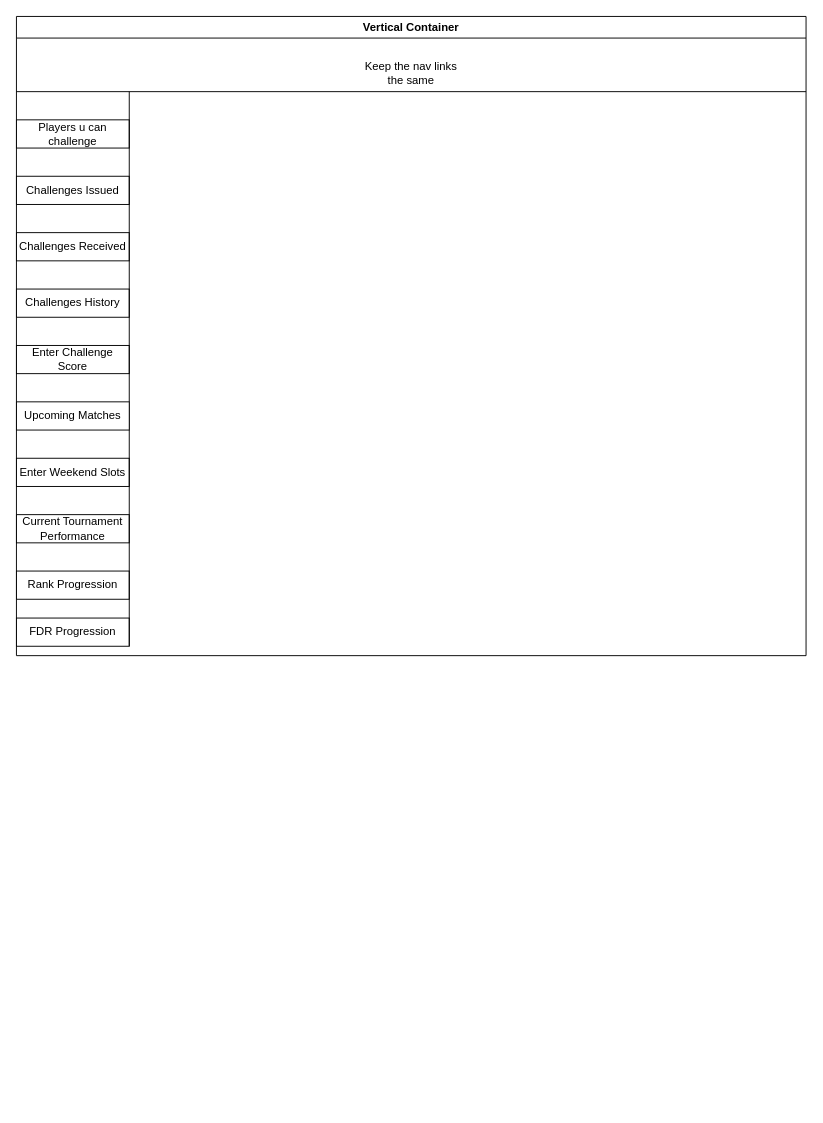
This is page "player dashboard" (7 of 7) of Untitled Diagram.drawio from snair0410/cv, a draw.io file, before an edit. Source tidied: cells renumbered, new cells numbered last; positions are measured from the earlier drawing's top-left corner, leaving out a move shared by most shapes. Both pictures are drawn from the tidied source at 94%, with x=0, y=0 at pixel (16, 16).
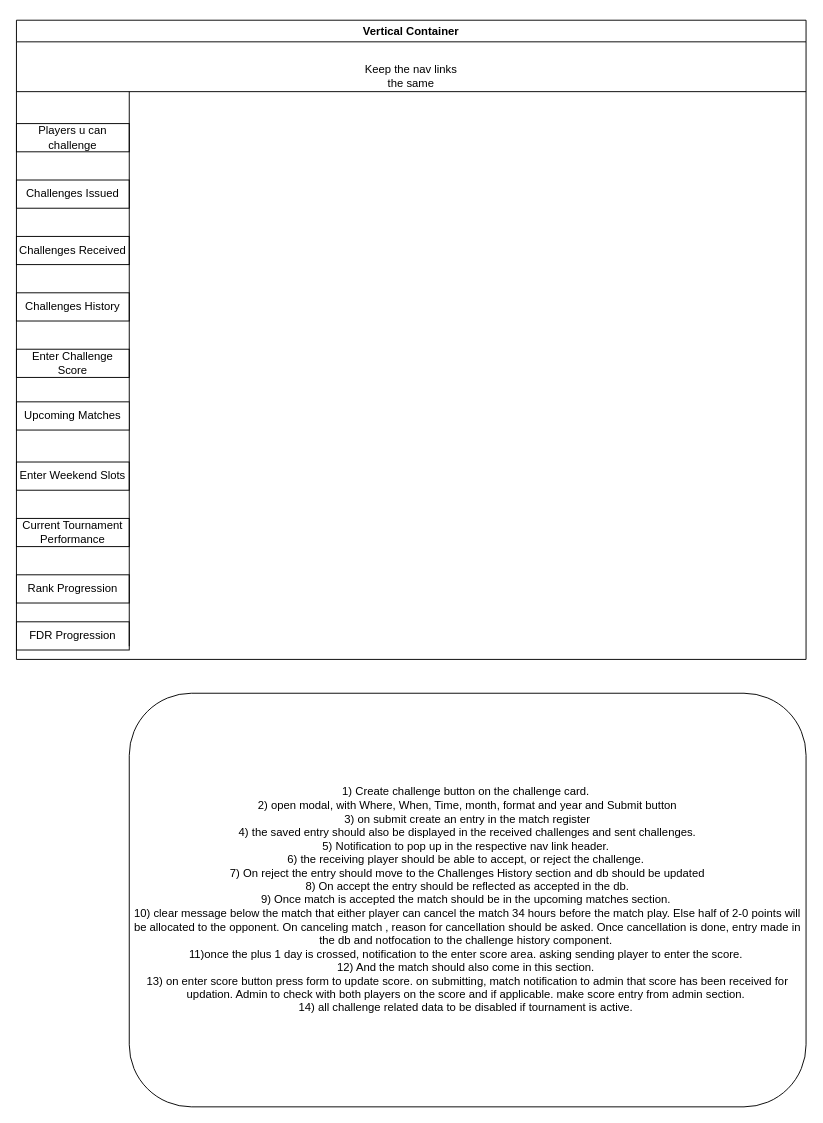
The same page after the edit.

What changed in the source:
```diff
@@
 <mxGraphModel>
   <root>
     <mxCell id="0" />
     <mxCell id="1" parent="0" />
     <mxCell id="2" value="Vertical Container" style="swimlane;" parent="1" vertex="1">
-      <mxGeometry width="840" height="680" as="geometry" />
+      <mxGeometry y="4" width="840" height="680" as="geometry" />
     </mxCell>
     <mxCell id="3" value="Keep the nav links the same" style="text;html=1;strokeColor=none;fillColor=none;align=center;verticalAlign=middle;whiteSpace=wrap;rounded=0;" parent="2" vertex="1">
       <mxGeometry x="360" y="50" width="120" height="20" as="geometry" />
     </mxCell>
     <mxCell id="4" value="Players u can challenge" style="rounded=0;whiteSpace=wrap;html=1;" parent="2" vertex="1">
       <mxGeometry y="110" width="120" height="30" as="geometry" />
     </mxCell>
     <mxCell id="5" value="Challenges Issued" style="rounded=0;whiteSpace=wrap;html=1;" parent="2" vertex="1">
       <mxGeometry y="170" width="120" height="30" as="geometry" />
     </mxCell>
     <mxCell id="6" value="Challenges Received" style="rounded=0;whiteSpace=wrap;html=1;" parent="2" vertex="1">
       <mxGeometry y="230" width="120" height="30" as="geometry" />
     </mxCell>
     <mxCell id="7" value="Challenges History" style="rounded=0;whiteSpace=wrap;html=1;" parent="2" vertex="1">
       <mxGeometry y="290" width="120" height="30" as="geometry" />
     </mxCell>
     <mxCell id="8" value="Enter Challenge Score" style="rounded=0;whiteSpace=wrap;html=1;" parent="2" vertex="1">
       <mxGeometry y="350" width="120" height="30" as="geometry" />
     </mxCell>
     <mxCell id="9" value="FDR Progression" style="rounded=0;whiteSpace=wrap;html=1;" parent="2" vertex="1">
       <mxGeometry y="640" width="120" height="30" as="geometry" />
     </mxCell>
     <mxCell id="10" value="Enter Weekend Slots" style="rounded=0;whiteSpace=wrap;html=1;" parent="2" vertex="1">
       <mxGeometry y="470" width="120" height="30" as="geometry" />
     </mxCell>
     <mxCell id="11" value="Rank Progression" style="rounded=0;whiteSpace=wrap;html=1;" parent="2" vertex="1">
       <mxGeometry y="590" width="120" height="30" as="geometry" />
     </mxCell>
     <mxCell id="12" value="Current Tournament Performance" style="rounded=0;whiteSpace=wrap;html=1;" parent="2" vertex="1">
       <mxGeometry y="530" width="120" height="30" as="geometry" />
     </mxCell>
     <mxCell id="13" style="endArrow=none;html=1;" parent="1" edge="1">
       <mxGeometry relative="1" as="geometry">
         <mxPoint y="80" as="sourcePoint" />
         <mxPoint x="840" y="80" as="targetPoint" />
       </mxGeometry>
     </mxCell>
     <mxCell id="14" style="endArrow=none;html=1;" parent="1" edge="1">
       <mxGeometry relative="1" as="geometry">
         <mxPoint x="120" y="670" as="sourcePoint" />
         <mxPoint x="120" y="80" as="targetPoint" />
       </mxGeometry>
     </mxCell>
     <mxCell id="15" value="Upcoming Matches" style="rounded=0;whiteSpace=wrap;html=1;" parent="1" vertex="1">
       <mxGeometry y="410" width="120" height="30" as="geometry" />
     </mxCell>
+    <mxCell id="16" value="1) Create challenge button on the challenge card.&amp;nbsp;&lt;br&gt;2) open modal, with Where, When, Time, month, format and year and Submit button&lt;br&gt;3) on submit create an entry in the match register&lt;br&gt;4) the saved entry should also be displayed in the received challenges and sent challenges.&lt;br&gt;5) Notification to pop up in the respective nav link header.&amp;nbsp;&lt;br&gt;6) the receiving player should be able to accept, or reject the challenge.&amp;nbsp;&lt;br&gt;7) On reject the entry should move to the Challenges History section and db should be updated&lt;br&gt;8) On accept the entry should be reflected as accepted in the db.&lt;br&gt;9) Once match is accepted the match should be in the upcoming matches section.&amp;nbsp;&lt;br&gt;10) clear message below the match that either player can cancel the match 34 hours before the match play. Else half of 2-0 points will be allocated to the opponent. On canceling match , reason for cancellation should be asked. Once cancellation is done, entry made in the db and notfocation to the challenge history component.&amp;nbsp;&lt;br&gt;11)once the plus 1 day is crossed, notification to the enter score area. asking sending player to enter the score.&amp;nbsp;&lt;br&gt;12) And the match should also come in this section.&amp;nbsp;&lt;br&gt;13) on enter score button press form to update score. on submitting, match notification to admin that score has been received for updation. Admin to check with both players on the score and if applicable. make score entry from admin section.&amp;nbsp;&lt;br&gt;14) all challenge related data to be disabled if tournament is active.&amp;nbsp;&lt;br&gt;" style="rounded=1;whiteSpace=wrap;html=1;" parent="1" vertex="1">
+      <mxGeometry x="120" y="720" width="720" height="440" as="geometry" />
+    </mxCell>
   </root>
 </mxGraphModel>
```
